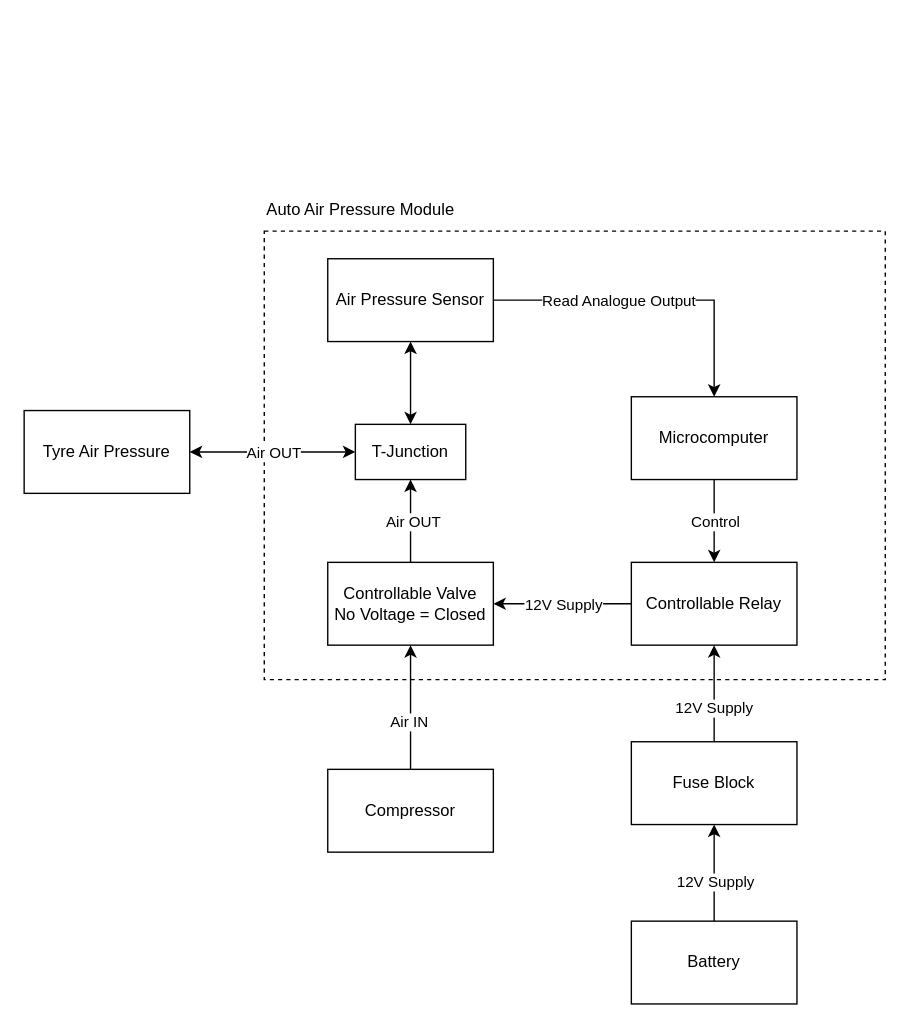
Before: autoCompressor.drawio in dhenl2/Auto-Compressor, a draw.io diagram. Source tidied: cells renumbered, new cells numbered last; positions are measured from the earlier drawing's top-left corner, leaving out a move shared by most shapes. Both pictures are drawn from the tidied source at 138%, with x=0, y=0 at pixel (23, 189).
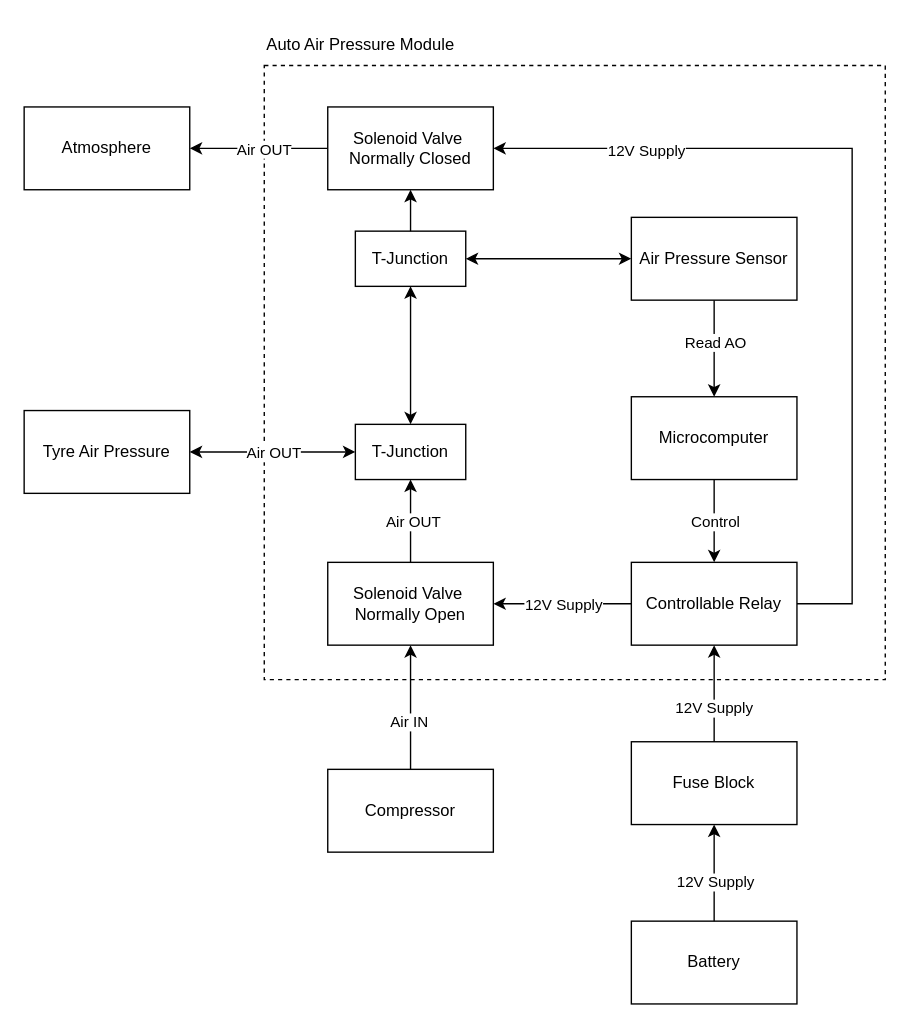
Above is the later version.

Commit message (it also covers changes not shown here):
Updated v1 diagram with 2 solenoid valves

Unchanged cells that the change refers to:
```xml
<mxCell id="12" value="Controllable Relay" style="rounded=0;whiteSpace=wrap;html=1;" parent="1" vertex="1">
  <mxGeometry x="440" y="270" width="120" height="60" as="geometry" />
</mxCell>
<mxCell id="17" value="Microcomputer" style="rounded=0;whiteSpace=wrap;html=1;" parent="1" vertex="1">
  <mxGeometry x="440" y="150" width="120" height="60" as="geometry" />
</mxCell>
<mxCell id="22" value="T-Junction" style="rounded=0;whiteSpace=wrap;html=1;fillColor=none;" parent="1" vertex="1">
  <mxGeometry x="240" y="170" width="80" height="40" as="geometry" />
</mxCell>
```

What changed in the source:
```diff
@@
     <mxCell id="2" style="rounded=0;whiteSpace=wrap;html=1;dashed=1;fillColor=none;" parent="1" vertex="1">
-      <mxGeometry x="174" y="30" width="450" height="325" as="geometry" />
+      <mxGeometry x="174" y="-90" width="450" height="445" as="geometry" />
     </mxCell>
@@
+    <mxCell id="30" style="edgeStyle=orthogonalEdgeStyle;rounded=0;jettySize=auto;html=1;entryX=0.5;entryY=0;entryDx=0;entryDy=0;" parent="1" edge="1" source="6" target="17">
+      <mxGeometry relative="1" as="geometry" />
+    </mxCell>
+    <mxCell id="31" value="Read AO" style="edgeLabel;html=1;align=center;verticalAlign=middle;" parent="30" vertex="1">
+      <mxGeometry x="-0.19" relative="1" as="geometry">
+        <mxPoint y="2" as="offset" />
+      </mxGeometry>
+    </mxCell>
     <mxCell id="6" value="Air Pressure Sensor" style="rounded=0;whiteSpace=wrap;html=1;" parent="1" vertex="1">
-      <mxGeometry x="220" y="50" width="120" height="60" as="geometry" />
+      <mxGeometry x="440" y="20" width="120" height="60" as="geometry" />
     </mxCell>
@@
-    <mxCell id="9" value="Controllable Valve&lt;br&gt;No Voltage = Closed" style="rounded=0;whiteSpace=wrap;html=1;" parent="1" vertex="1">
+    <mxCell id="9" value="Solenoid Valve&amp;nbsp;&lt;br&gt;Normally Open" style="rounded=0;whiteSpace=wrap;html=1;" parent="1" vertex="1">
       <mxGeometry x="220" y="270" width="120" height="60" as="geometry" />
     </mxCell>
@@
+    <mxCell id="32" style="edgeStyle=orthogonalEdgeStyle;rounded=0;jettySize=auto;html=1;entryX=1;entryY=0.5;entryDx=0;entryDy=0;startArrow=none;startFill=0;" parent="1" edge="1" source="12" target="40">
+      <mxGeometry relative="1" as="geometry">
+        <Array as="points">
+          <mxPoint x="600" y="300" />
+          <mxPoint x="600" y="-30" />
+        </Array>
+      </mxGeometry>
+    </mxCell>
+    <mxCell id="33" value="12V Supply" style="edgeLabel;html=1;align=center;verticalAlign=middle;" parent="32" vertex="1">
+      <mxGeometry x="0.65" y="1" relative="1" as="geometry" />
+    </mxCell>
@@
-    <mxCell id="15" style="edgeStyle=orthogonalEdgeStyle;rounded=0;jettySize=auto;html=1;entryX=1;entryY=0.5;entryDx=0;entryDy=0;startArrow=classic;startFill=1;endArrow=none;endFill=0;" parent="1" edge="1" source="17" target="6">
-      <mxGeometry relative="1" as="geometry">
-        <Array as="points">
-          <mxPoint x="500" y="80" />
-        </Array>
-      </mxGeometry>
-    </mxCell>
-    <mxCell id="16" value="Read Analogue Output" style="edgeLabel;html=1;align=center;verticalAlign=middle;" parent="15" vertex="1">
-      <mxGeometry x="0.42" relative="1" as="geometry">
-        <mxPoint x="23" as="offset" />
-      </mxGeometry>
-    </mxCell>
@@
-    <mxCell id="19" style="edgeStyle=orthogonalEdgeStyle;rounded=0;jettySize=auto;html=1;exitX=0.5;exitY=0;exitDx=0;exitDy=0;entryX=0.5;entryY=1;entryDx=0;entryDy=0;startArrow=classic;startFill=1;" parent="1" edge="1" source="22" target="6">
-      <mxGeometry relative="1" as="geometry" />
-    </mxCell>
@@
+    <mxCell id="34" style="edgeStyle=orthogonalEdgeStyle;rounded=0;jettySize=auto;html=1;entryX=0.5;entryY=1;entryDx=0;entryDy=0;startArrow=classic;startFill=1;" parent="1" edge="1" source="22" target="37">
+      <mxGeometry relative="1" as="geometry" />
+    </mxCell>
@@
     <mxCell id="23" value="Auto Air Pressure Module" style="text;html=1;strokeColor=none;fillColor=none;align=left;verticalAlign=middle;whiteSpace=wrap;rounded=0;" parent="1" vertex="1">
-      <mxGeometry x="174" width="146" height="30" as="geometry" />
+      <mxGeometry x="174" y="-120" width="146" height="30" as="geometry" />
     </mxCell>
@@
+    <mxCell id="35" style="edgeStyle=orthogonalEdgeStyle;rounded=0;jettySize=auto;html=1;entryX=0;entryY=0.5;entryDx=0;entryDy=0;startArrow=classic;startFill=1;" parent="1" edge="1" source="37" target="6">
+      <mxGeometry relative="1" as="geometry" />
+    </mxCell>
+    <mxCell id="36" style="edgeStyle=orthogonalEdgeStyle;rounded=0;jettySize=auto;html=1;startArrow=none;startFill=0;" parent="1" edge="1" source="37" target="40">
+      <mxGeometry relative="1" as="geometry" />
+    </mxCell>
+    <mxCell id="37" value="T-Junction" style="rounded=0;whiteSpace=wrap;html=1;fillColor=none;" parent="1" vertex="1">
+      <mxGeometry x="240" y="30" width="80" height="40" as="geometry" />
+    </mxCell>
+    <mxCell id="38" style="edgeStyle=orthogonalEdgeStyle;rounded=0;jettySize=auto;html=1;startArrow=none;startFill=0;" parent="1" edge="1" source="40" target="41">
+      <mxGeometry relative="1" as="geometry" />
+    </mxCell>
+    <mxCell id="39" value="Air OUT" style="edgeLabel;html=1;align=center;verticalAlign=middle;" parent="38" vertex="1">
+      <mxGeometry x="0.19" y="1" relative="1" as="geometry">
+        <mxPoint x="13" y="-1" as="offset" />
+      </mxGeometry>
+    </mxCell>
+    <mxCell id="40" value="Solenoid Valve&amp;nbsp;&lt;br&gt;Normally Closed" style="rounded=0;whiteSpace=wrap;html=1;" parent="1" vertex="1">
+      <mxGeometry x="220" y="-60" width="120" height="60" as="geometry" />
+    </mxCell>
+    <mxCell id="41" value="Atmosphere" style="rounded=0;whiteSpace=wrap;html=1;" parent="1" vertex="1">
+      <mxGeometry y="-60" width="120" height="60" as="geometry" />
+    </mxCell>
```
